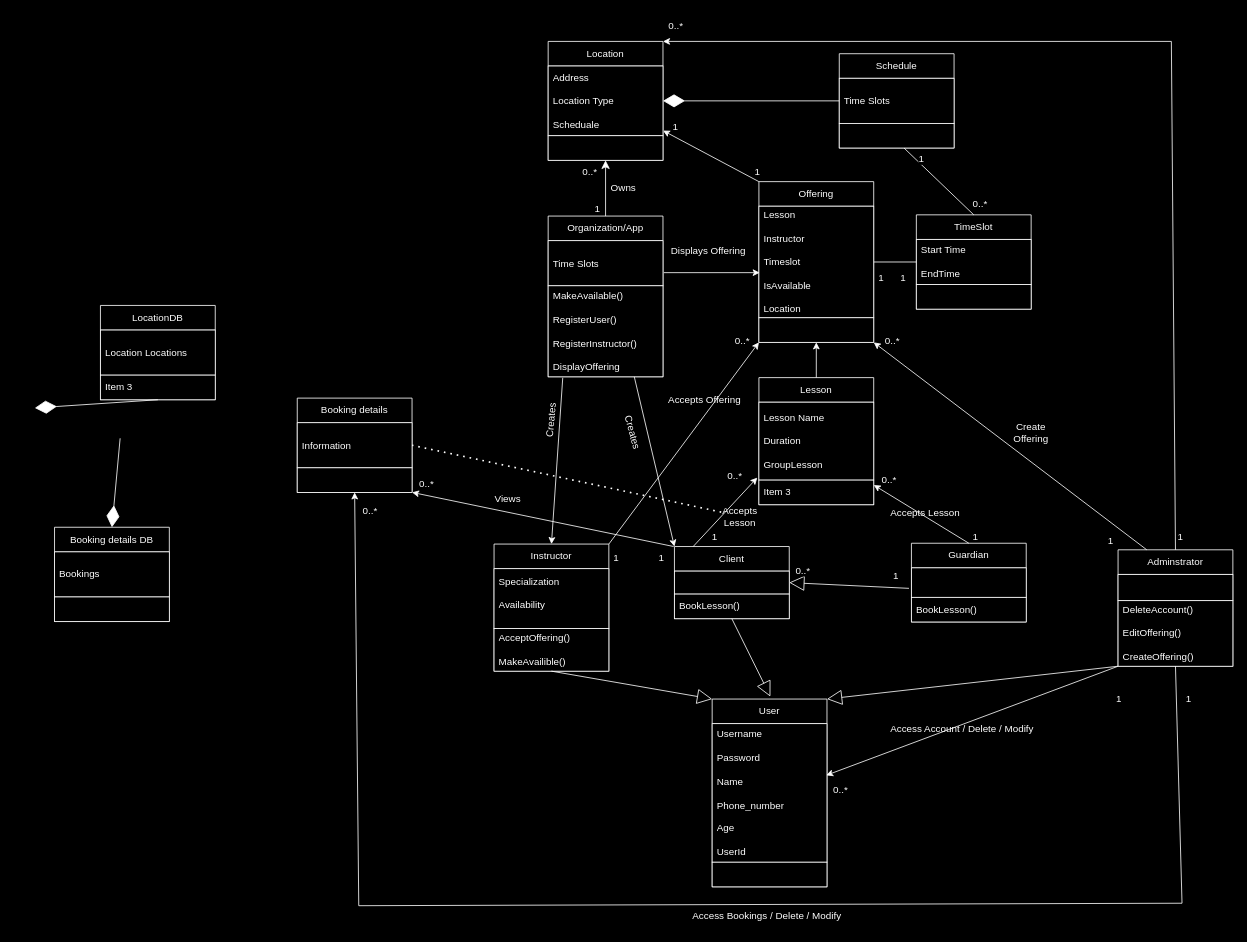
Before: Use Case 1/class_diagram.drawio in matdavid7272/342project, a draw.io diagram. Source tidied: cells renumbered, new cells numbered last; positions are measured from the earlier drawing's top-left corner, leaving out a move shared by most shapes. Both pictures are drawn from the tidied source at 82%, with x=0, y=0 at pixel (34, 14).
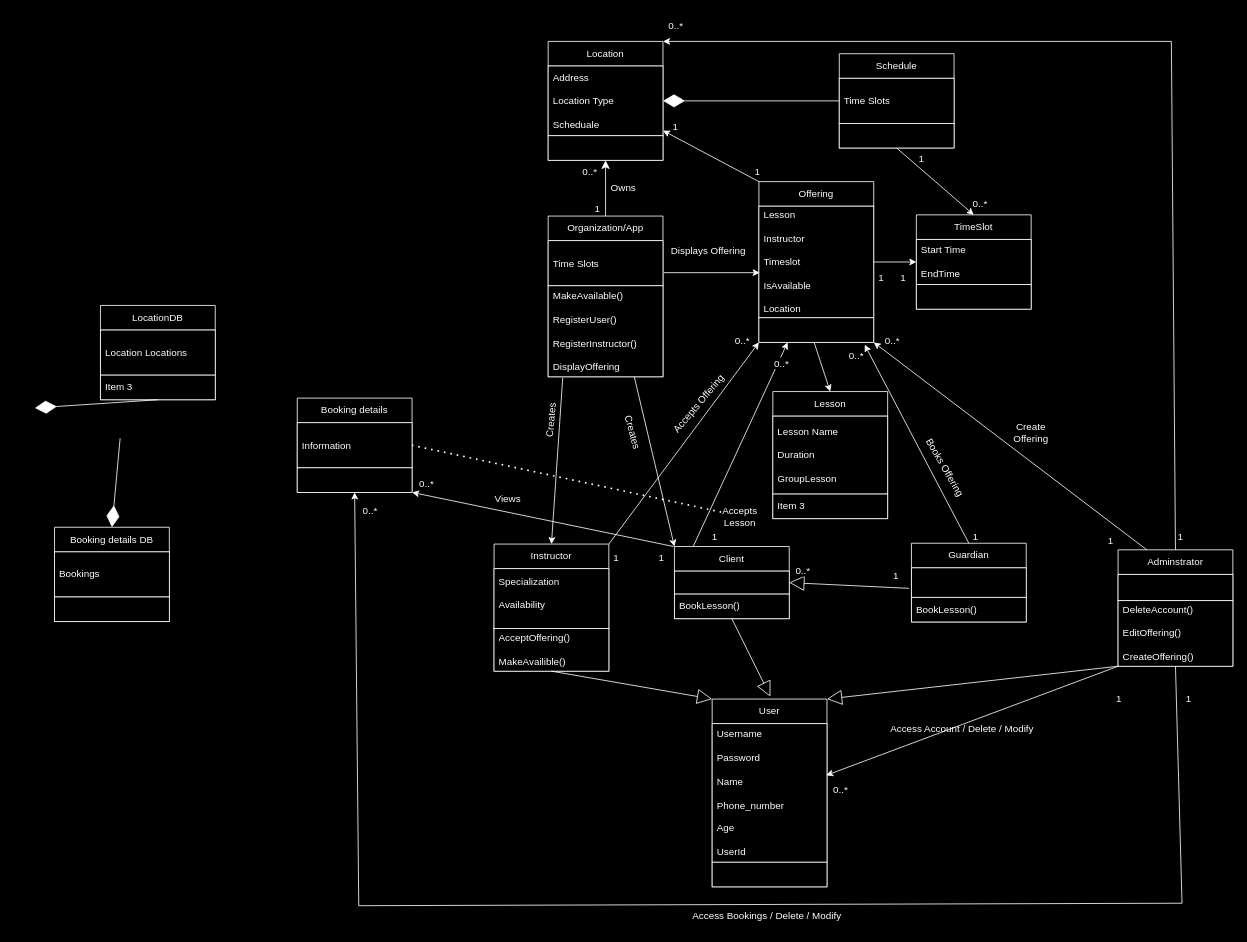
After the change.

The change refers to these unchanged cells:
```xml
<mxCell id="5" value="&lt;font color=&quot;#ffffff&quot;&gt;Client&lt;/font&gt;" style="swimlane;fontStyle=0;horizontal=1;startSize=30;whiteSpace=wrap;html=1;strokeColor=#FFFFFF;fillColor=#000000;" parent="1" vertex="1">
  <mxGeometry x="780" y="649" width="140" height="88" as="geometry" />
</mxCell>
<mxCell id="17" value="&lt;font color=&quot;#ffffff&quot;&gt;Guardian&lt;/font&gt;" style="swimlane;fontStyle=0;horizontal=1;startSize=30;whiteSpace=wrap;html=1;strokeColor=#FFFFFF;fillColor=#000000;" parent="1" vertex="1">
  <mxGeometry x="1069" y="645" width="140" height="96" as="geometry" />
</mxCell>
<mxCell id="23" value="&lt;font color=&quot;#ffffff&quot;&gt;Schedule&lt;/font&gt;" style="swimlane;fontStyle=0;horizontal=1;startSize=30;whiteSpace=wrap;html=1;strokeColor=#FFFFFF;fillColor=#000000;" parent="1" vertex="1">
  <mxGeometry x="981" y="48" width="140" height="115" as="geometry" />
</mxCell>
<mxCell id="25" style="text;strokeColor=#FFFFFF;fillColor=#000000;align=left;verticalAlign=middle;spacingLeft=4;spacingRight=4;overflow=hidden;points=[[0,0.5],[1,0.5]];portConstraint=eastwest;whiteSpace=wrap;html=1;" parent="23" vertex="1">
  <mxGeometry y="85" width="140" height="30" as="geometry" />
</mxCell>
<mxCell id="36" value="&lt;font color=&quot;#ffffff&quot;&gt;TimeSlot&lt;/font&gt;" style="swimlane;fontStyle=0;horizontal=1;startSize=30;whiteSpace=wrap;html=1;strokeColor=#FFFFFF;fillColor=#000000;" parent="1" vertex="1">
  <mxGeometry x="1075" y="244.5" width="140" height="115" as="geometry" />
</mxCell>
<mxCell id="37" value="&lt;font color=&quot;#ffffff&quot;&gt;Start Time&lt;/font&gt;&lt;div&gt;&lt;font color=&quot;#ffffff&quot;&gt;&lt;br&gt;&lt;/font&gt;&lt;/div&gt;&lt;div&gt;&lt;font color=&quot;#ffffff&quot;&gt;EndTime&lt;/font&gt;&lt;/div&gt;" style="text;strokeColor=#FFFFFF;fillColor=#000000;align=left;verticalAlign=middle;spacingLeft=4;spacingRight=4;overflow=hidden;points=[[0,0.5],[1,0.5]];portConstraint=eastwest;whiteSpace=wrap;html=1;" parent="36" vertex="1">
  <mxGeometry y="30" width="140" height="55" as="geometry" />
</mxCell>
<mxCell id="40" value="&lt;font color=&quot;#ffffff&quot;&gt;Offering&lt;/font&gt;" style="swimlane;fontStyle=0;horizontal=1;startSize=30;whiteSpace=wrap;html=1;strokeColor=#FFFFFF;fillColor=#000000;" parent="1" vertex="1">
  <mxGeometry x="883" y="204" width="140" height="196" as="geometry" />
</mxCell>
<mxCell id="41" value="&lt;font color=&quot;#ffffff&quot;&gt;Lesson&lt;/font&gt;&lt;div&gt;&lt;font color=&quot;#ffffff&quot;&gt;&lt;br&gt;&lt;/font&gt;&lt;/div&gt;&lt;div&gt;&lt;font color=&quot;#ffffff&quot;&gt;Instructor&lt;/font&gt;&lt;/div&gt;&lt;div&gt;&lt;font color=&quot;#ffffff&quot;&gt;&lt;br&gt;&lt;/font&gt;&lt;/div&gt;&lt;div&gt;&lt;font color=&quot;#ffffff&quot;&gt;Timeslot&lt;/font&gt;&lt;/div&gt;&lt;div&gt;&lt;font color=&quot;#ffffff&quot;&gt;&lt;br&gt;&lt;/font&gt;&lt;/div&gt;&lt;div&gt;&lt;font color=&quot;#ffffff&quot;&gt;IsAvailable&lt;/font&gt;&lt;/div&gt;&lt;div&gt;&lt;font color=&quot;#ffffff&quot;&gt;&lt;br&gt;&lt;/font&gt;&lt;/div&gt;&lt;div&gt;&lt;font color=&quot;#ffffff&quot;&gt;Location&lt;/font&gt;&lt;/div&gt;" style="text;strokeColor=#FFFFFF;fillColor=#000000;align=left;verticalAlign=middle;spacingLeft=4;spacingRight=4;overflow=hidden;points=[[0,0.5],[1,0.5]];portConstraint=eastwest;whiteSpace=wrap;html=1;" parent="40" vertex="1">
  <mxGeometry y="30" width="140" height="136" as="geometry" />
</mxCell>
<mxCell id="42" style="text;strokeColor=#FFFFFF;fillColor=#000000;align=left;verticalAlign=middle;spacingLeft=4;spacingRight=4;overflow=hidden;points=[[0,0.5],[1,0.5]];portConstraint=eastwest;whiteSpace=wrap;html=1;" parent="40" vertex="1">
  <mxGeometry y="166" width="140" height="30" as="geometry" />
</mxCell>
<mxCell id="46" value="&lt;font color=&quot;#ffffff&quot;&gt;Lesson Name&lt;/font&gt;&lt;br&gt;&lt;div&gt;&lt;font color=&quot;#ffffff&quot;&gt;&lt;br&gt;&lt;/font&gt;&lt;/div&gt;&lt;div&gt;&lt;font color=&quot;#ffffff&quot;&gt;Duration&lt;/font&gt;&lt;/div&gt;&lt;div&gt;&lt;font color=&quot;#ffffff&quot;&gt;&lt;br&gt;&lt;/font&gt;&lt;/div&gt;&lt;div&gt;&lt;font color=&quot;#ffffff&quot;&gt;GroupLesson&lt;/font&gt;&lt;/div&gt;" style="text;strokeColor=#FFFFFF;fillColor=#000000;align=left;verticalAlign=middle;spacingLeft=4;spacingRight=4;overflow=hidden;points=[[0,0.5],[1,0.5]];portConstraint=eastwest;whiteSpace=wrap;html=1;" parent="45" vertex="1">
  <mxGeometry y="30" width="140" height="95" as="geometry" />
</mxCell>
<mxCell id="47" value="&lt;font style=&quot;background-color: rgb(0, 0, 0);&quot; color=&quot;#ffffff&quot;&gt;Item 3&lt;/font&gt;" style="text;strokeColor=#FFFFFF;fillColor=#000000;align=left;verticalAlign=middle;spacingLeft=4;spacingRight=4;overflow=hidden;points=[[0,0.5],[1,0.5]];portConstraint=eastwest;whiteSpace=wrap;html=1;" parent="45" vertex="1">
  <mxGeometry y="125" width="140" height="30" as="geometry" />
</mxCell>
```

Diff of the diagram source:
```diff
@@
-    <mxCell id="39" style="endArrow=none;html=1;rounded=0;strokeColor=#FFFFFF;exitX=0;exitY=0.5;exitDx=0;exitDy=0;entryX=1;entryY=0.5;entryDx=0;entryDy=0;" parent="1" edge="1" source="37" target="41">
-      <mxGeometry relative="1" as="geometry" />
-    </mxCell>
@@
     <mxCell id="45" value="&lt;font color=&quot;#ffffff&quot;&gt;Lesson&lt;/font&gt;" style="swimlane;fontStyle=0;horizontal=1;startSize=30;whiteSpace=wrap;html=1;strokeColor=#FFFFFF;fillColor=#000000;" parent="1" vertex="1">
-      <mxGeometry x="883" y="443" width="140" height="155" as="geometry" />
+      <mxGeometry x="900" y="460" width="140" height="155" as="geometry" />
     </mxCell>
@@
-    <mxCell id="49" style="endArrow=classic;html=1;rounded=0;strokeColor=#FFFFFF;entryX=-0.014;entryY=0.968;entryDx=0;entryDy=0;exitX=0.163;exitY=0;exitDx=0;exitDy=0;exitPerimeter=0;entryPerimeter=0;" parent="1" edge="1" source="5" target="46">
+    <mxCell id="49" style="endArrow=classic;html=1;rounded=0;strokeColor=#FFFFFF;exitX=0.163;exitY=0;exitDx=0;exitDy=0;exitPerimeter=0;entryX=0.25;entryY=1;entryDx=0;entryDy=0;" parent="1" edge="1" source="5" target="40">
       <mxGeometry relative="1" as="geometry" />
     </mxCell>
-    <mxCell id="50" style="endArrow=classic;html=1;rounded=0;strokeColor=#FFFFFF;entryX=1;entryY=0.2;entryDx=0;entryDy=0;exitX=0.5;exitY=0;exitDx=0;exitDy=0;entryPerimeter=0;" parent="1" edge="1" source="17" target="47">
-      <mxGeometry relative="1" as="geometry" />
+    <mxCell id="50" style="endArrow=classic;html=1;rounded=0;strokeColor=#FFFFFF;exitX=0.5;exitY=0;exitDx=0;exitDy=0;" parent="1" edge="1" source="17">
+      <mxGeometry relative="1" as="geometry">
+        <mxPoint x="1012" y="403" as="targetPoint" />
+      </mxGeometry>
     </mxCell>
@@
-    <mxCell id="66" style="endArrow=none;html=1;rounded=0;strokeColor=#FFFFFF;exitX=0.5;exitY=0;exitDx=0;exitDy=0;entryX=0.564;entryY=1;entryDx=0;entryDy=0;entryPerimeter=0;" parent="1" edge="1" source="36" target="25">
-      <mxGeometry relative="1" as="geometry" />
-    </mxCell>
@@
     <mxCell id="71" value="&lt;font style=&quot;background-color: rgb(0, 0, 0);&quot; color=&quot;#ffffff&quot;&gt;0..*&lt;/font&gt;" style="text;whiteSpace=wrap;html=1;" parent="1" vertex="1">
-      <mxGeometry x="1031" y="554" width="59" height="36" as="geometry" />
+      <mxGeometry x="991" y="403" width="59" height="36" as="geometry" />
     </mxCell>
     <mxCell id="72" value="&lt;font style=&quot;background-color: rgb(0, 0, 0);&quot; color=&quot;#ffffff&quot;&gt;0..*&lt;/font&gt;" style="text;whiteSpace=wrap;html=1;" parent="1" vertex="1">
-      <mxGeometry x="843" y="549" width="59" height="36" as="geometry" />
+      <mxGeometry x="900" y="412" width="59" height="36" as="geometry" />
     </mxCell>
@@
-    <mxCell id="76" value="&lt;font color=&quot;#ffffff&quot;&gt;Accepts Lesson&lt;/font&gt;" style="text;html=1;align=center;verticalAlign=middle;whiteSpace=wrap;rounded=0;" parent="1" vertex="1">
-      <mxGeometry x="1035" y="593" width="102" height="30" as="geometry" />
+    <mxCell id="76" value="&lt;font color=&quot;#ffffff&quot;&gt;Books Offering&lt;/font&gt;" style="text;html=1;align=center;verticalAlign=middle;whiteSpace=wrap;rounded=0;rotation=60;" parent="1" vertex="1">
+      <mxGeometry x="1059" y="538" width="102" height="30" as="geometry" />
     </mxCell>
@@
-    <mxCell id="84" value="&lt;font color=&quot;#ffffff&quot;&gt;Accepts Offering&lt;/font&gt;" style="text;html=1;align=center;verticalAlign=middle;whiteSpace=wrap;rounded=0;" parent="1" vertex="1">
-      <mxGeometry x="766" y="456" width="102" height="30" as="geometry" />
+    <mxCell id="84" value="&lt;font color=&quot;#ffffff&quot;&gt;Accepts Offering&lt;/font&gt;" style="text;html=1;align=center;verticalAlign=middle;whiteSpace=wrap;rounded=0;rotation=-50;" parent="1" vertex="1">
+      <mxGeometry x="759" y="460" width="102" height="30" as="geometry" />
     </mxCell>
@@
-    <mxCell id="105" style="endArrow=classic;html=1;rounded=0;strokeColor=#FFFFFF;entryX=0.5;entryY=1;entryDx=0;entryDy=0;exitX=0.5;exitY=0;exitDx=0;exitDy=0;" parent="1" edge="1" source="45" target="40">
+    <mxCell id="105" style="endArrow=classic;html=1;rounded=0;strokeColor=#FFFFFF;exitX=0.481;exitY=1.005;exitDx=0;exitDy=0;exitPerimeter=0;entryX=0.5;entryY=0;entryDx=0;entryDy=0;" parent="1" edge="1" source="42" target="45">
       <mxGeometry relative="1" as="geometry" />
     </mxCell>
+    <mxCell id="106" style="endArrow=classic;html=1;rounded=0;strokeColor=#FFFFFF;entryX=0;entryY=0.5;entryDx=0;entryDy=0;exitX=1;exitY=0.5;exitDx=0;exitDy=0;" parent="1" edge="1" source="41" target="36">
+      <mxGeometry relative="1" as="geometry" />
+    </mxCell>
+    <mxCell id="107" style="endArrow=classic;html=1;rounded=0;strokeColor=#FFFFFF;entryX=0.5;entryY=0;entryDx=0;entryDy=0;exitX=0.5;exitY=1;exitDx=0;exitDy=0;" parent="1" edge="1" source="23" target="36">
+      <mxGeometry relative="1" as="geometry" />
+    </mxCell>
```
